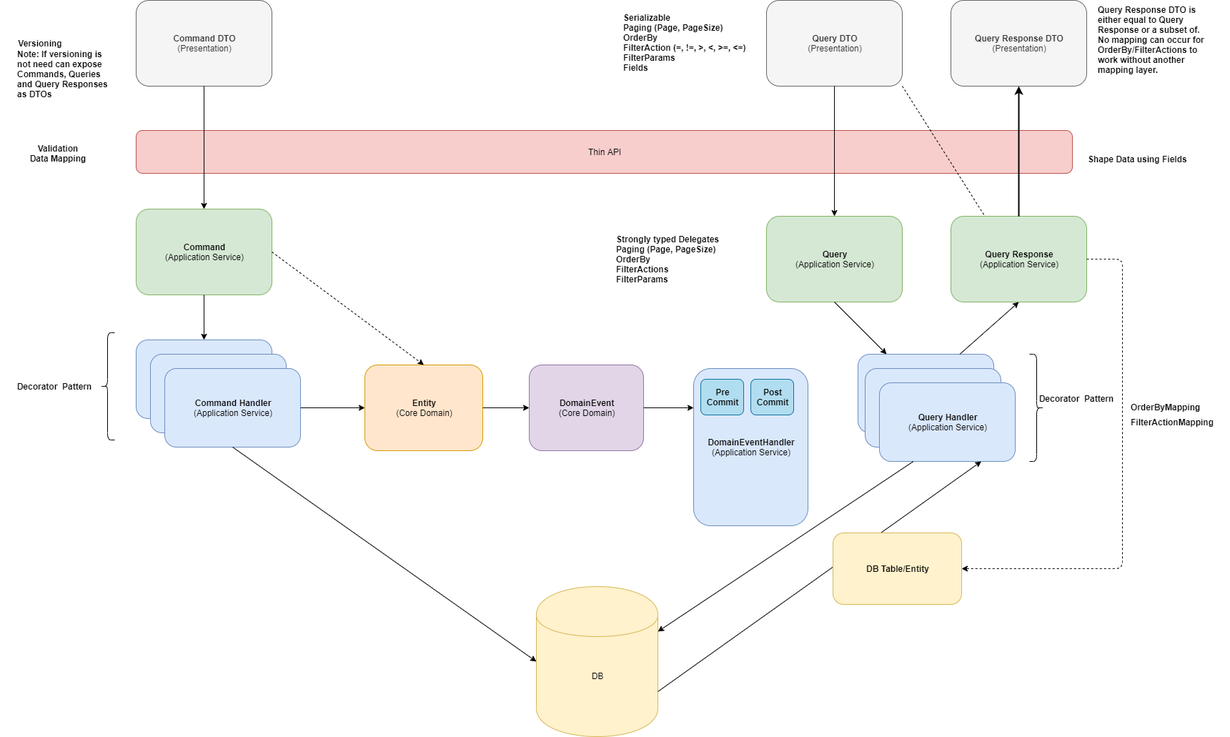
This is diagram.png from davidikin45/Cqrs, a draw.io export, as it was before one commit. Source tidied: cells renumbered, new cells last; positions are measured from the earlier drawing's top-left corner, leaving out a move shared by most shapes.
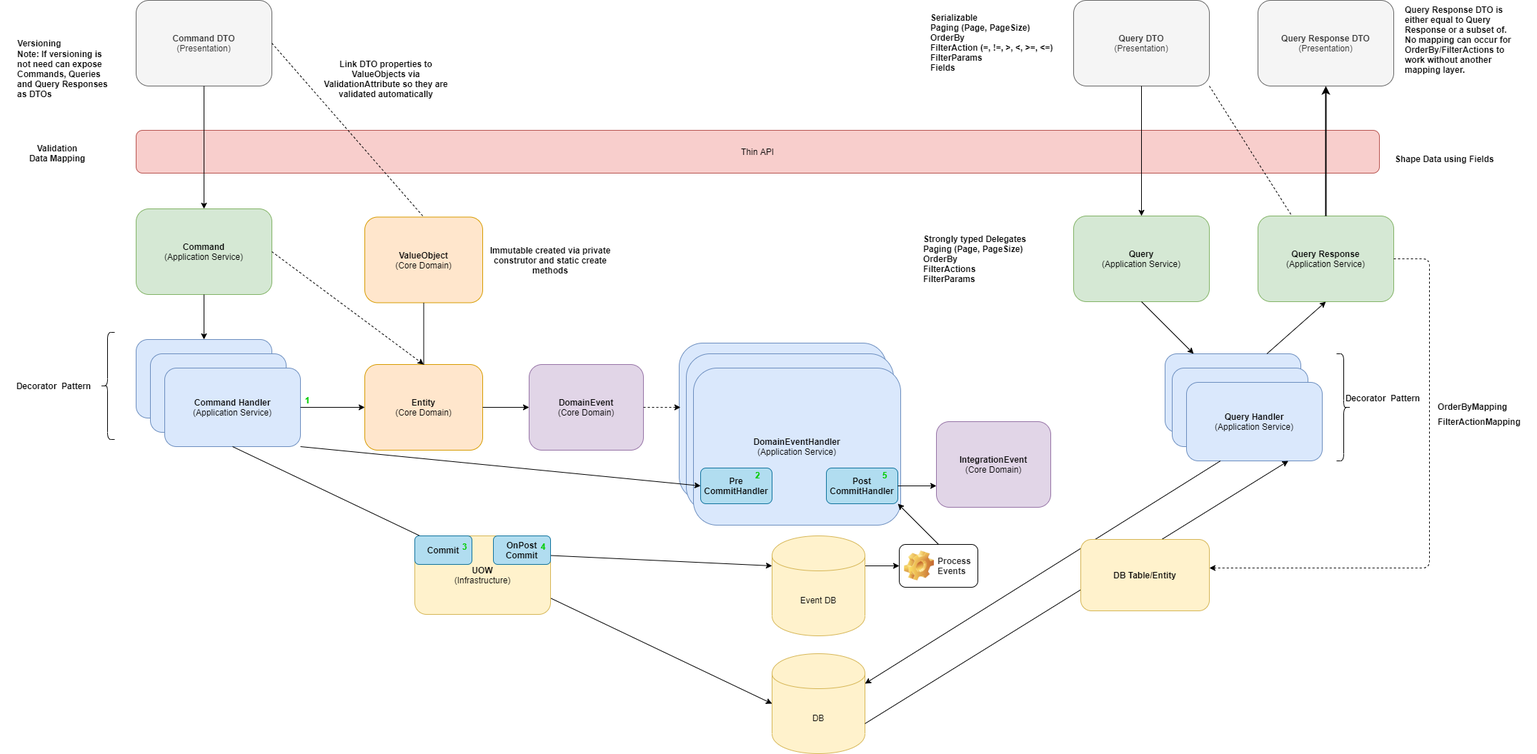
After the change.

What changed in the source:
```diff
@@ -2,23 +2,29 @@
   <root>
     <mxCell id="0" />
     <mxCell id="1" parent="0" />
+    <mxCell id="50" value="&lt;b&gt;DomainEventHandler&lt;/b&gt;&lt;br&gt;(Application Service)" style="rounded=1;whiteSpace=wrap;html=1;fillColor=#dae8fc;strokeColor=#6c8ebf;labelPosition=center;verticalLabelPosition=middle;align=center;verticalAlign=middle;" parent="1" vertex="1">
+      <mxGeometry x="950" y="480" width="290" height="220" as="geometry" />
+    </mxCell>
+    <mxCell id="51" value="&lt;b&gt;DomainEventHandler&lt;/b&gt;&lt;br&gt;(Application Service)" style="rounded=1;whiteSpace=wrap;html=1;fillColor=#dae8fc;strokeColor=#6c8ebf;labelPosition=center;verticalLabelPosition=middle;align=center;verticalAlign=middle;" parent="1" vertex="1">
+      <mxGeometry x="960" y="495" width="290" height="220" as="geometry" />
+    </mxCell>
     <mxCell id="2" value="&lt;b&gt;Command&lt;/b&gt;&lt;br&gt;(Application Service)" style="rounded=1;whiteSpace=wrap;html=1;fillColor=#d5e8d4;strokeColor=#82b366;" parent="1" vertex="1">
       <mxGeometry x="190" y="292" width="190" height="120" as="geometry" />
     </mxCell>
     <mxCell id="3" value="DB" style="shape=cylinder;whiteSpace=wrap;html=1;boundedLbl=1;backgroundOutline=1;rounded=1;fillColor=#fff2cc;strokeColor=#d6b656;shadow=0;" parent="1" vertex="1">
-      <mxGeometry x="750" y="820" width="170" height="210" as="geometry" />
+      <mxGeometry x="1080" y="915" width="130" height="140" as="geometry" />
     </mxCell>
     <mxCell id="4" value="CommandHandler" style="rounded=1;whiteSpace=wrap;html=1;fillColor=#dae8fc;strokeColor=#6c8ebf;" parent="1" vertex="1">
       <mxGeometry x="190" y="475" width="190" height="110" as="geometry" />
     </mxCell>
     <mxCell id="5" value="&lt;b&gt;Query&lt;/b&gt;&lt;br&gt;(Application Service)" style="rounded=1;whiteSpace=wrap;html=1;fillColor=#d5e8d4;strokeColor=#82b366;" parent="1" vertex="1">
-      <mxGeometry x="1072" y="302" width="190" height="120" as="geometry" />
+      <mxGeometry x="1502" y="302" width="190" height="120" as="geometry" />
     </mxCell>
     <mxCell id="6" value="QueryHandler" style="rounded=1;whiteSpace=wrap;html=1;fillColor=#dae8fc;strokeColor=#6c8ebf;" parent="1" vertex="1">
-      <mxGeometry x="1200" y="495" width="190" height="110" as="geometry" />
+      <mxGeometry x="1630" y="495" width="190" height="110" as="geometry" />
     </mxCell>
     <mxCell id="7" value="Thin API" style="rounded=1;whiteSpace=wrap;html=1;fillColor=#f8cecc;strokeColor=#b85450;" parent="1" vertex="1">
-      <mxGeometry x="190" y="182" width="1310" height="60" as="geometry" />
+      <mxGeometry x="190" y="182" width="1740" height="60" as="geometry" />
     </mxCell>
     <mxCell id="8" value="CommandHandler" style="rounded=1;whiteSpace=wrap;html=1;fillColor=#dae8fc;strokeColor=#6c8ebf;" parent="1" vertex="1">
       <mxGeometry x="210" y="495" width="190" height="110" as="geometry" />
@@ -27,16 +33,16 @@
       <mxGeometry x="230" y="515" width="190" height="110" as="geometry" />
     </mxCell>
     <mxCell id="10" value="QueryHandler" style="rounded=1;whiteSpace=wrap;html=1;fillColor=#dae8fc;strokeColor=#6c8ebf;" parent="1" vertex="1">
-      <mxGeometry x="1210" y="515" width="190" height="110" as="geometry" />
+      <mxGeometry x="1640" y="515" width="190" height="110" as="geometry" />
     </mxCell>
     <mxCell id="11" value="&lt;b&gt;Query Handler&lt;/b&gt;&lt;br&gt;(Application Service)" style="rounded=1;whiteSpace=wrap;html=1;fillColor=#dae8fc;strokeColor=#6c8ebf;" parent="1" vertex="1">
-      <mxGeometry x="1230" y="535" width="190" height="110" as="geometry" />
+      <mxGeometry x="1660" y="535" width="190" height="110" as="geometry" />
     </mxCell>
     <mxCell id="12" value="&lt;b&gt;DomainEvent&lt;/b&gt;&lt;br&gt;(Core Domain)" style="rounded=1;whiteSpace=wrap;html=1;fillColor=#e1d5e7;strokeColor=#9673a6;" parent="1" vertex="1">
       <mxGeometry x="740" y="510" width="160" height="120" as="geometry" />
     </mxCell>
     <mxCell id="13" value="&lt;b&gt;DomainEventHandler&lt;/b&gt;&lt;br&gt;(Application Service)" style="rounded=1;whiteSpace=wrap;html=1;fillColor=#dae8fc;strokeColor=#6c8ebf;labelPosition=center;verticalLabelPosition=middle;align=center;verticalAlign=middle;" parent="1" vertex="1">
-      <mxGeometry x="970" y="515" width="160" height="220" as="geometry" />
+      <mxGeometry x="970" y="515" width="290" height="220" as="geometry" />
     </mxCell>
     <mxCell id="14" style="endArrow=classic;html=1;exitX=0.5;exitY=1;exitDx=0;exitDy=0;entryX=0.5;entryY=0;entryDx=0;entryDy=0;" parent="1" edge="1" source="2" target="4">
       <mxGeometry relative="1" as="geometry" />
@@ -56,17 +62,17 @@
     <mxCell id="19" value="&lt;b&gt;Entity&lt;/b&gt;&lt;br&gt;(Core Domain)" style="rounded=1;whiteSpace=wrap;html=1;fillColor=#ffe6cc;strokeColor=#d79b00;" parent="1" vertex="1">
       <mxGeometry x="510" y="510" width="165" height="120" as="geometry" />
     </mxCell>
-    <mxCell id="20" value="&lt;b&gt;Command DTO&lt;/b&gt;&lt;br&gt;(Presentation)" style="rounded=1;whiteSpace=wrap;html=1;fillColor=#f5f5f5;strokeColor=#666666;fontColor=#333333;" parent="1" vertex="1">
+    <mxCell id="20" value="&lt;b&gt;Command DTO&lt;/b&gt;&lt;br&gt;(Presentation)" style="rounded=1;whiteSpace=wrap;html=1;fillColor=#f5f5f5;strokeColor=#666666;fontColor=#333333;gradientColor=none;gradientDirection=east;" parent="1" vertex="1">
       <mxGeometry x="190" width="190" height="120" as="geometry" />
     </mxCell>
     <mxCell id="21" value="&lt;b&gt;Query DTO&lt;/b&gt;&lt;br&gt;(Presentation)" style="rounded=1;whiteSpace=wrap;html=1;fillColor=#f5f5f5;strokeColor=#666666;fontColor=#333333;" parent="1" vertex="1">
-      <mxGeometry x="1072" width="190" height="120" as="geometry" />
+      <mxGeometry x="1502" width="190" height="120" as="geometry" />
     </mxCell>
     <mxCell id="22" value="&lt;b&gt;Query Response&lt;/b&gt;&lt;br&gt;(Application Service)" style="rounded=1;whiteSpace=wrap;html=1;fillColor=#d5e8d4;strokeColor=#82b366;" parent="1" vertex="1">
-      <mxGeometry x="1330" y="302" width="190" height="120" as="geometry" />
+      <mxGeometry x="1760" y="302" width="190" height="120" as="geometry" />
     </mxCell>
-    <mxCell id="23" value="&lt;b&gt;Query Response DTO&lt;/b&gt;&lt;br&gt;(Presentation)" style="rounded=1;whiteSpace=wrap;html=1;fillColor=#f5f5f5;strokeColor=#666666;fontColor=#333333;" parent="1" vertex="1">
-      <mxGeometry x="1330" width="190" height="120" as="geometry" />
+    <mxCell id="23" value="&lt;b&gt;Query Response DTO&lt;/b&gt;&lt;br&gt;(Presentation)" style="rounded=1;whiteSpace=wrap;html=1;fillColor=#f5f5f5;strokeColor=#666666;fontColor=#333333;gradientColor=none;gradientDirection=east;" parent="1" vertex="1">
+      <mxGeometry x="1760" width="190" height="120" as="geometry" />
     </mxCell>
     <mxCell id="24" style="endArrow=classic;html=1;exitX=0.75;exitY=0;exitDx=0;exitDy=0;entryX=0.5;entryY=1;entryDx=0;entryDy=0;" parent="1" edge="1" source="6" target="22">
       <mxGeometry relative="1" as="geometry" />
@@ -83,9 +89,6 @@
     <mxCell id="28" style="endArrow=classic;html=1;exitX=1;exitY=0.5;exitDx=0;exitDy=0;entryX=0;entryY=0.5;entryDx=0;entryDy=0;" parent="1" edge="1" source="19" target="12">
       <mxGeometry relative="1" as="geometry" />
     </mxCell>
-    <mxCell id="29" style="endArrow=classic;html=1;exitX=1;exitY=0.5;exitDx=0;exitDy=0;entryX=0;entryY=0.25;entryDx=0;entryDy=0;" parent="1" edge="1" source="12" target="13">
-      <mxGeometry relative="1" as="geometry" />
-    </mxCell>
     <mxCell id="30" style="endArrow=classic;html=1;entryX=0.5;entryY=0;entryDx=0;entryDy=0;exitX=0.5;exitY=1;exitDx=0;exitDy=0;" parent="1" edge="1" source="21" target="5">
       <mxGeometry relative="1" as="geometry" />
     </mxCell>
@@ -93,13 +96,13 @@
       <mxGeometry x="20" y="530" width="110" height="20" as="geometry" />
     </mxCell>
     <mxCell id="32" style="shape=curlyBracket;whiteSpace=wrap;html=1;rounded=1;shadow=0;direction=west;" parent="1" vertex="1">
-      <mxGeometry x="1440" y="495" width="20" height="150" as="geometry" />
+      <mxGeometry x="1870" y="495" width="20" height="150" as="geometry" />
     </mxCell>
     <mxCell id="33" style="shape=curlyBracket;whiteSpace=wrap;html=1;rounded=1;shadow=0;direction=east;" parent="1" vertex="1">
       <mxGeometry x="140" y="465" width="20" height="150" as="geometry" />
     </mxCell>
     <mxCell id="34" value="Decorator&amp;nbsp; Pattern" style="text;html=1;strokeColor=none;fillColor=none;align=center;verticalAlign=middle;whiteSpace=wrap;rounded=0;shadow=0;fontStyle=1;" parent="1" vertex="1">
-      <mxGeometry x="1450" y="547" width="110" height="20" as="geometry" />
+      <mxGeometry x="1880" y="547" width="110" height="20" as="geometry" />
     </mxCell>
     <mxCell id="35" value="Versioning" style="text;html=1;strokeColor=none;fillColor=none;align=center;verticalAlign=middle;whiteSpace=wrap;rounded=0;shadow=0;fontStyle=1;" parent="1" vertex="1">
       <mxGeometry y="50" width="110" height="20" as="geometry" />
@@ -107,17 +110,14 @@
     <mxCell id="36" value="Validation&lt;br&gt;Data Mapping&lt;br&gt;" style="text;html=1;strokeColor=none;fillColor=none;align=center;verticalAlign=middle;whiteSpace=wrap;rounded=0;shadow=0;fontStyle=1;" parent="1" vertex="1">
       <mxGeometry y="202" width="160" height="23" as="geometry" />
     </mxCell>
-    <mxCell id="37" value="&lt;b&gt;Pre Commit&lt;/b&gt;" style="rounded=1;whiteSpace=wrap;html=1;fillColor=#b1ddf0;strokeColor=#10739e;" parent="1" vertex="1">
-      <mxGeometry x="980" y="530" width="60" height="50" as="geometry" />
+    <mxCell id="37" value="&lt;b&gt;Pre CommitHandler&lt;/b&gt;" style="rounded=1;whiteSpace=wrap;html=1;fillColor=#b1ddf0;strokeColor=#10739e;" parent="1" vertex="1">
+      <mxGeometry x="980" y="655" width="100" height="50" as="geometry" />
     </mxCell>
-    <mxCell id="38" value="&lt;b&gt;Post Commit&lt;/b&gt;" style="rounded=1;whiteSpace=wrap;html=1;fillColor=#b1ddf0;strokeColor=#10739e;" parent="1" vertex="1">
-      <mxGeometry x="1050" y="530" width="60" height="50" as="geometry" />
-    </mxCell>
     <mxCell id="39" value="FilterActionMapping" style="text;html=1;strokeColor=none;fillColor=none;align=left;verticalAlign=middle;whiteSpace=wrap;rounded=0;shadow=0;fontStyle=1;" parent="1" vertex="1">
-      <mxGeometry x="1580" y="578.5" width="140" height="23" as="geometry" />
+      <mxGeometry x="2010" y="578.5" width="140" height="23" as="geometry" />
     </mxCell>
     <mxCell id="40" value="Shape Data using Fields" style="text;html=1;strokeColor=none;fillColor=none;align=left;verticalAlign=middle;whiteSpace=wrap;rounded=0;shadow=0;fontStyle=1;" parent="1" vertex="1">
-      <mxGeometry x="1520" y="210.5" width="160" height="23" as="geometry" />
+      <mxGeometry x="1950" y="210.5" width="160" height="23" as="geometry" />
     </mxCell>
     <mxCell id="41" value="Note: If versioning is not need can expose Commands, Queries and Query Responses as DTOs" style="text;html=1;strokeColor=none;fillColor=none;align=left;verticalAlign=middle;whiteSpace=wrap;rounded=0;fontStyle=1;" parent="1" vertex="1">
       <mxGeometry x="22" y="93" width="130" height="20" as="geometry" />
@@ -126,30 +126,99 @@
       <mxGeometry relative="1" as="geometry" />
     </mxCell>
     <mxCell id="43" value="&lt;b&gt;DB Table/Entity&lt;/b&gt;" style="rounded=1;whiteSpace=wrap;html=1;fillColor=#fff2cc;strokeColor=#d6b656;" parent="1" vertex="1">
-      <mxGeometry x="1165" y="745" width="180" height="100" as="geometry" />
+      <mxGeometry x="1512" y="755" width="180" height="100" as="geometry" />
     </mxCell>
     <mxCell id="44" style="edgeStyle=segmentEdgeStyle;endArrow=classic;html=1;dashed=1;exitX=1;exitY=0.5;exitDx=0;exitDy=0;" parent="1" edge="1" source="22" target="43">
       <mxGeometry relative="1" as="geometry">
         <Array as="points">
-          <mxPoint x="1570" y="362" />
-          <mxPoint x="1570" y="795" />
+          <mxPoint x="2000" y="362" />
+          <mxPoint x="2000" y="795" />
         </Array>
       </mxGeometry>
     </mxCell>
     <mxCell id="45" value="&lt;div&gt;&lt;span&gt;Serializable&lt;/span&gt;&lt;/div&gt;&lt;div&gt;&lt;span&gt;Paging (Page, PageSize)&lt;/span&gt;&lt;/div&gt;OrderBy&lt;br&gt;FilterAction (=, !=, &amp;gt;, &amp;lt;, &amp;gt;=, &amp;lt;=)&lt;br&gt;FilterParams&lt;br&gt;Fields" style="text;html=1;strokeColor=none;fillColor=none;align=left;verticalAlign=middle;whiteSpace=wrap;rounded=0;shadow=0;fontStyle=1;" parent="1" vertex="1">
-      <mxGeometry x="870" y="47" width="190" height="23" as="geometry" />
+      <mxGeometry x="1300" y="47" width="190" height="23" as="geometry" />
     </mxCell>
     <mxCell id="46" value="Strongly typed Delegates&lt;br&gt;Paging (Page, PageSize)&lt;br&gt;OrderBy&lt;br&gt;FilterActions&lt;br&gt;FilterParams" style="text;html=1;strokeColor=none;fillColor=none;align=left;verticalAlign=middle;whiteSpace=wrap;rounded=0;shadow=0;fontStyle=1;" parent="1" vertex="1">
-      <mxGeometry x="860" y="350.5" width="200" height="23" as="geometry" />
+      <mxGeometry x="1290" y="350.5" width="200" height="23" as="geometry" />
     </mxCell>
     <mxCell id="47" value="Query Response DTO is either equal to Query Response or a subset of. No mapping can occur for OrderBy/FilterActions to work without another mapping layer." style="text;html=1;strokeColor=none;fillColor=none;align=left;verticalAlign=middle;whiteSpace=wrap;rounded=0;shadow=0;fontStyle=1;" parent="1" vertex="1">
-      <mxGeometry x="1534" y="43" width="160" height="23" as="geometry" />
+      <mxGeometry x="1964" y="43" width="160" height="23" as="geometry" />
     </mxCell>
     <mxCell id="48" value="OrderByMapping" style="text;html=1;strokeColor=none;fillColor=none;align=left;verticalAlign=middle;whiteSpace=wrap;rounded=0;shadow=0;fontStyle=1;" parent="1" vertex="1">
-      <mxGeometry x="1580" y="557" width="100" height="23" as="geometry" />
+      <mxGeometry x="2010" y="557" width="100" height="23" as="geometry" />
     </mxCell>
     <mxCell id="49" style="endArrow=none;dashed=1;html=1;strokeWidth=1;exitX=1;exitY=1;exitDx=0;exitDy=0;entryX=0.25;entryY=0;entryDx=0;entryDy=0;" parent="1" edge="1" source="21" target="22">
       <mxGeometry relative="1" as="geometry" />
     </mxCell>
+    <mxCell id="52" value="&lt;b&gt;ValueObject&lt;/b&gt;&lt;br&gt;(Core Domain)" style="rounded=1;whiteSpace=wrap;html=1;fillColor=#ffe6cc;strokeColor=#d79b00;" parent="1" vertex="1">
+      <mxGeometry x="510" y="303.5" width="165" height="120" as="geometry" />
+    </mxCell>
+    <mxCell id="53" style="endArrow=none;html=1;exitX=0.5;exitY=0;exitDx=0;exitDy=0;entryX=0.5;entryY=1;entryDx=0;entryDy=0;" parent="1" edge="1" source="19" target="52">
+      <mxGeometry relative="1" as="geometry" />
+    </mxCell>
+    <mxCell id="54" style="endArrow=none;dashed=1;html=1;exitX=1;exitY=0.5;exitDx=0;exitDy=0;entryX=0.5;entryY=0;entryDx=0;entryDy=0;" parent="1" edge="1" source="20" target="52">
+      <mxGeometry relative="1" as="geometry" />
+    </mxCell>
+    <mxCell id="55" value="Link DTO properties to ValueObjects via ValidationAttribute so they are validated automatically" style="text;html=1;strokeColor=none;fillColor=none;align=center;verticalAlign=middle;whiteSpace=wrap;rounded=0;fontStyle=1;" parent="1" vertex="1">
+      <mxGeometry x="440" y="100" width="200" height="20" as="geometry" />
+    </mxCell>
+    <mxCell id="56" value="Immutable created via private construtor and static create methods" style="text;html=1;strokeColor=none;fillColor=none;align=center;verticalAlign=middle;whiteSpace=wrap;rounded=0;fontStyle=1;" parent="1" vertex="1">
+      <mxGeometry x="670" y="353.5" width="200" height="20" as="geometry" />
+    </mxCell>
+    <mxCell id="57" value="&lt;b&gt;IntegrationEvent&lt;/b&gt;&lt;br&gt;(Core Domain)" style="rounded=1;whiteSpace=wrap;html=1;fillColor=#e1d5e7;strokeColor=#9673a6;" parent="1" vertex="1">
+      <mxGeometry x="1310" y="590" width="160" height="120" as="geometry" />
+    </mxCell>
+    <mxCell id="58" style="endArrow=classic;html=1;exitX=1;exitY=1;exitDx=0;exitDy=0;entryX=0;entryY=0.5;entryDx=0;entryDy=0;" parent="1" edge="1" source="9" target="37">
+      <mxGeometry relative="1" as="geometry" />
+    </mxCell>
+    <mxCell id="59" value="1" style="text;html=1;strokeColor=none;fillColor=none;align=center;verticalAlign=middle;whiteSpace=wrap;rounded=0;fontStyle=1;fontColor=#00CC00;" parent="1" vertex="1">
+      <mxGeometry x="410" y="550" width="40" height="20" as="geometry" />
+    </mxCell>
+    <mxCell id="60" value="2" style="text;html=1;strokeColor=none;fillColor=none;align=center;verticalAlign=middle;whiteSpace=wrap;rounded=0;fontStyle=1;fontColor=#00CC00;" parent="1" vertex="1">
+      <mxGeometry x="1040" y="655" width="40" height="20" as="geometry" />
+    </mxCell>
+    <mxCell id="61" style="endArrow=classic;html=1;fontColor=#00CC00;exitX=1;exitY=0.25;exitDx=0;exitDy=0;entryX=0;entryY=0.3;entryDx=0;entryDy=0;" parent="1" edge="1" source="66" target="72">
+      <mxGeometry relative="1" as="geometry" />
+    </mxCell>
+    <mxCell id="62" value="&lt;b&gt;Post CommitHandler&lt;/b&gt;" style="rounded=1;whiteSpace=wrap;html=1;fillColor=#b1ddf0;strokeColor=#10739e;" parent="1" vertex="1">
+      <mxGeometry x="1156" y="655" width="100" height="50" as="geometry" />
+    </mxCell>
+    <mxCell id="63" value="5" style="text;html=1;strokeColor=none;fillColor=none;align=center;verticalAlign=middle;whiteSpace=wrap;rounded=0;fontStyle=1;fontColor=#00CC00;" parent="1" vertex="1">
+      <mxGeometry x="1218" y="655" width="40" height="20" as="geometry" />
+    </mxCell>
+    <mxCell id="64" style="endArrow=classic;html=1;fontColor=#00CC00;exitX=1;exitY=0.3;exitDx=0;exitDy=0;entryX=0;entryY=0.5;entryDx=0;entryDy=0;" parent="1" edge="1" source="72" target="74">
+      <mxGeometry relative="1" as="geometry" />
+    </mxCell>
+    <mxCell id="65" style="endArrow=classic;html=1;fontColor=#00CC00;exitX=1;exitY=0.5;exitDx=0;exitDy=0;entryX=0;entryY=0.75;entryDx=0;entryDy=0;" parent="1" edge="1" source="62" target="57">
+      <mxGeometry relative="1" as="geometry" />
+    </mxCell>
+    <mxCell id="66" value="&lt;b&gt;UOW&lt;/b&gt;&lt;br&gt;(Infrastructure)" style="rounded=1;whiteSpace=wrap;html=1;fillColor=#fff2cc;strokeColor=#d6b656;" parent="1" vertex="1">
+      <mxGeometry x="580" y="750" width="190" height="110" as="geometry" />
+    </mxCell>
+    <mxCell id="67" value="&lt;b&gt;OnPost Commit&lt;/b&gt;" style="rounded=1;whiteSpace=wrap;html=1;fillColor=#b1ddf0;strokeColor=#10739e;" parent="1" vertex="1">
+      <mxGeometry x="690" y="750" width="80" height="40" as="geometry" />
+    </mxCell>
+    <mxCell id="68" style="endArrow=classic;html=1;fontColor=#00CC00;exitX=1;exitY=0.5;exitDx=0;exitDy=0;entryX=-0.028;entryY=0.341;entryDx=0;entryDy=0;entryPerimeter=0;dashed=1;" parent="1" edge="1" source="12" target="51">
+      <mxGeometry relative="1" as="geometry" />
+    </mxCell>
+    <mxCell id="69" value="4" style="text;html=1;strokeColor=none;fillColor=none;align=center;verticalAlign=middle;whiteSpace=wrap;rounded=0;fontStyle=1;fontColor=#00CC00;" parent="1" vertex="1">
+      <mxGeometry x="740" y="755" width="40" height="20" as="geometry" />
+    </mxCell>
+    <mxCell id="70" value="&lt;b&gt;Commit&lt;/b&gt;" style="rounded=1;whiteSpace=wrap;html=1;fillColor=#b1ddf0;strokeColor=#10739e;" parent="1" vertex="1">
+      <mxGeometry x="580" y="750" width="80" height="40" as="geometry" />
+    </mxCell>
+    <mxCell id="71" value="3" style="text;html=1;strokeColor=none;fillColor=none;align=center;verticalAlign=middle;whiteSpace=wrap;rounded=0;fontStyle=1;fontColor=#00CC00;" parent="1" vertex="1">
+      <mxGeometry x="630" y="755" width="40" height="20" as="geometry" />
+    </mxCell>
+    <mxCell id="72" value="Event DB" style="shape=cylinder;whiteSpace=wrap;html=1;boundedLbl=1;backgroundOutline=1;rounded=1;fillColor=#fff2cc;strokeColor=#d6b656;shadow=0;" parent="1" vertex="1">
+      <mxGeometry x="1080" y="750" width="130" height="140" as="geometry" />
+    </mxCell>
+    <mxCell id="73" style="endArrow=classic;html=1;fontColor=#00CC00;exitX=0.5;exitY=0;exitDx=0;exitDy=0;entryX=1;entryY=1;entryDx=0;entryDy=0;" parent="1" edge="1" source="74" target="62">
+      <mxGeometry relative="1" as="geometry" />
+    </mxCell>
+    <mxCell id="74" value="&lt;font color=&quot;#292929&quot;&gt;Process Events&lt;/font&gt;" style="label;whiteSpace=wrap;html=1;image=img/clipart/Gear_128x128.png;fontColor=#00CC00;" parent="1" vertex="1">
+      <mxGeometry x="1258" y="762" width="110" height="60" as="geometry" />
+    </mxCell>
   </root>
 </mxGraphModel>
```
